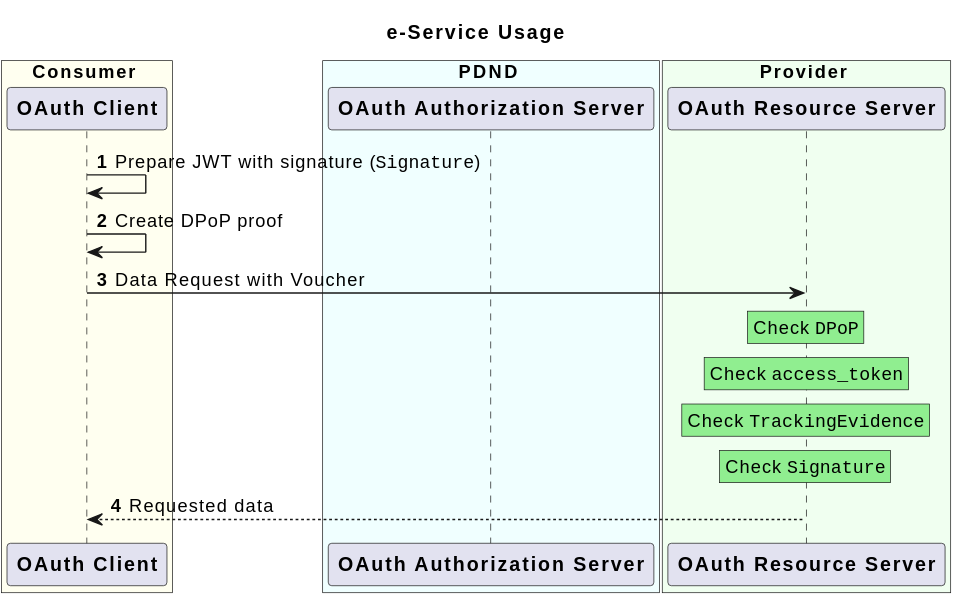
This is images/Low-Level-Flow-AuthenticSource-Usage.svg from marcopernpruner/eudi-wallet-it-docs, a PlantUML export, as it was before one commit.
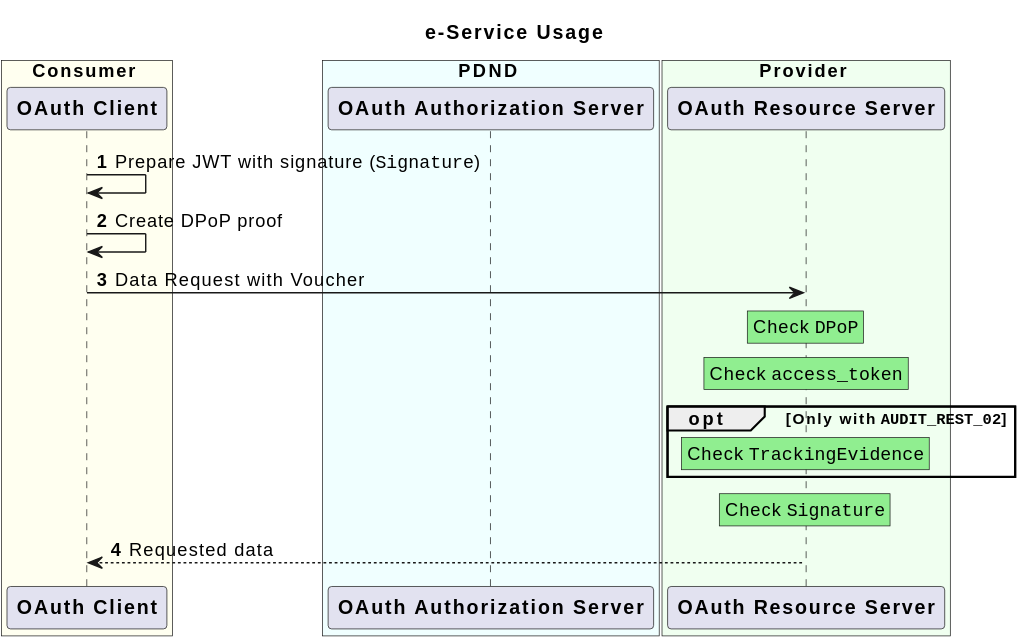
The same diagram one commit later.

Change to the diagram source:
```diff
@@ -29,9 +29,11 @@
   Check ""access_token""
 endrnote
 
-rnote over RS #LightGreen
-  Check ""TrackingEvidence""
-endrnote
+opt Only with ""AUDIT_REST_02""
+  rnote over RS #LightGreen
+    Check ""TrackingEvidence""
+  endrnote
+end
 
 rnote over RS #LightGreen
   Check ""Signature""
```
